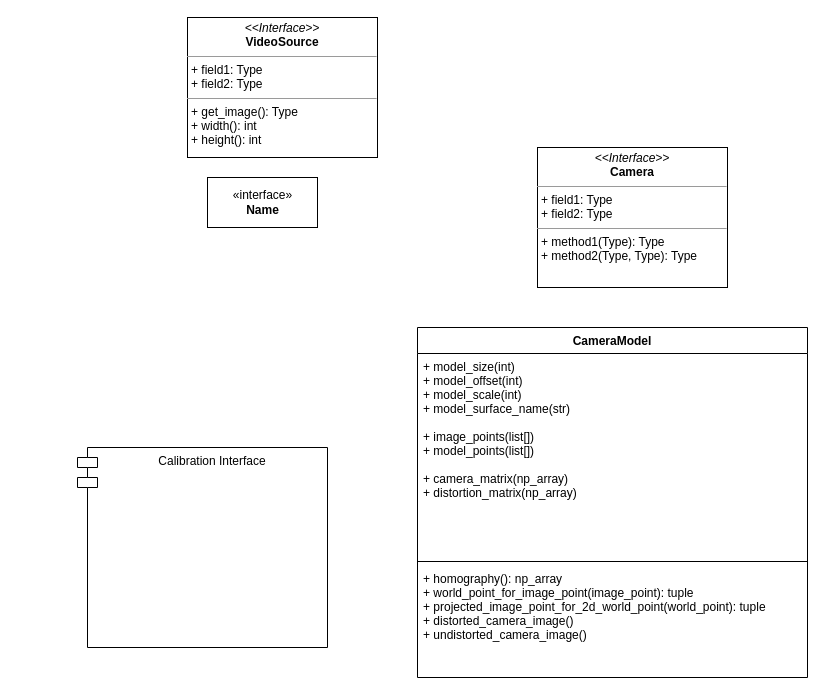
The draw.io diagram CameraKit.drawio in ausport/vk-camerakit, before the edit. Source tidied: cells renumbered, new cells numbered last; positions are measured from the earlier drawing's top-left corner, leaving out a move shared by most shapes. Both pictures are drawn from the tidied source at 100%, with x=0, y=0 at pixel (77, 17).
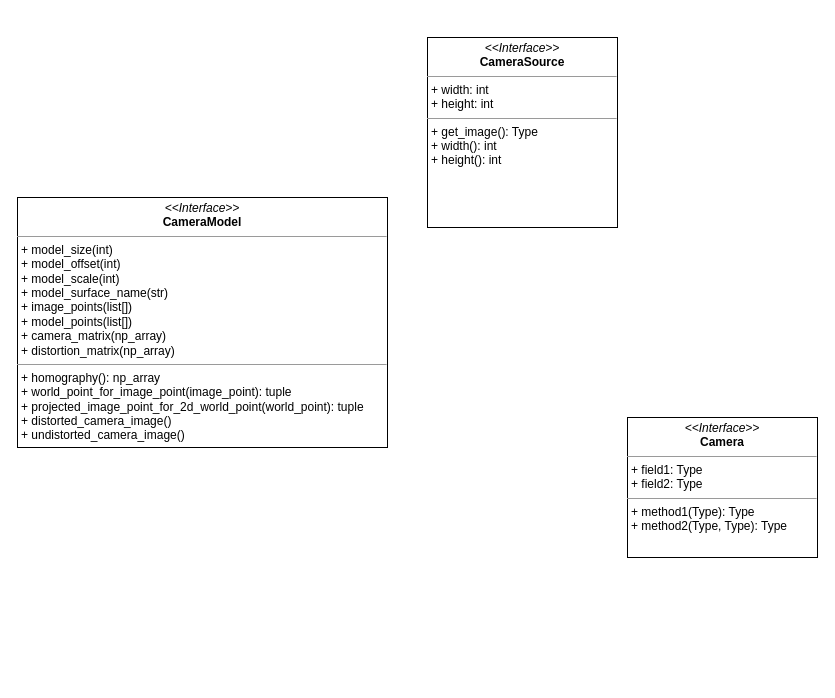
The same diagram, later.

Change to the diagram source:
```diff
@@
 <mxGraphModel>
   <root>
     <mxCell id="0" />
     <mxCell id="1" parent="0" />
-    <mxCell id="2" value="CameraModel" style="swimlane;fontStyle=1;align=center;verticalAlign=top;horizontal=1;startSize=26;" parent="1" vertex="1">
-      <mxGeometry x="340" y="310" width="390" height="350" as="geometry" />
-    </mxCell>
-    <mxCell id="3" value="+ model_size(int)&#10;+ model_offset(int)&#10;+ model_scale(int)&#10;+ model_surface_name(str)&#10;&#10;+ image_points(list[])&#10;+ model_points(list[])    &#10;&#10;+ camera_matrix(np_array)&#10;+ distortion_matrix(np_array)" style="text;strokeColor=none;fillColor=none;align=left;verticalAlign=top;spacingLeft=4;spacingRight=4;overflow=hidden;" parent="2" vertex="1">
-      <mxGeometry y="26" width="390" height="204" as="geometry" />
-    </mxCell>
-    <mxCell id="4" style="line;strokeWidth=1;fillColor=none;align=left;verticalAlign=middle;spacingTop=-1;spacingLeft=3;spacingRight=3;labelPosition=right;" parent="2" vertex="1">
-      <mxGeometry y="230" width="390" height="8" as="geometry" />
-    </mxCell>
-    <mxCell id="5" value="+ homography(): np_array&#10;+ world_point_for_image_point(image_point): tuple&#10;+ projected_image_point_for_2d_world_point(world_point): tuple&#10;+ distorted_camera_image()&#10;+ undistorted_camera_image()" style="text;strokeColor=none;fillColor=none;align=left;verticalAlign=top;spacingLeft=4;spacingRight=4;overflow=hidden;" parent="2" vertex="1">
-      <mxGeometry y="238" width="390" height="112" as="geometry" />
-    </mxCell>
-    <mxCell id="6" value="&amp;laquo;interface&amp;raquo;&lt;br&gt;&lt;b&gt;Name&lt;/b&gt;" style="html=1;" parent="1" vertex="1">
-      <mxGeometry x="130" y="160" width="110" height="50" as="geometry" />
-    </mxCell>
-    <mxCell id="7" value="Calibration Interface&#10;" style="shape=module;align=left;spacingLeft=20;align=center;verticalAlign=top;" parent="1" vertex="1">
-      <mxGeometry y="430" width="250" height="200" as="geometry" />
-    </mxCell>
-    <mxCell id="8" value="&lt;p style=&quot;margin: 0px ; margin-top: 4px ; text-align: center&quot;&gt;&lt;i&gt;&amp;lt;&amp;lt;Interface&amp;gt;&amp;gt;&lt;/i&gt;&lt;br&gt;&lt;b&gt;Camera&lt;/b&gt;&lt;/p&gt;&lt;hr size=&quot;1&quot;&gt;&lt;p style=&quot;margin: 0px ; margin-left: 4px&quot;&gt;+ field1: Type&lt;br&gt;+ field2: Type&lt;/p&gt;&lt;hr size=&quot;1&quot;&gt;&lt;p style=&quot;margin: 0px ; margin-left: 4px&quot;&gt;+ method1(Type): Type&lt;br&gt;+ method2(Type, Type): Type&lt;/p&gt;" style="verticalAlign=top;align=left;overflow=fill;fontSize=12;fontFamily=Helvetica;html=1;" parent="1" vertex="1">
-      <mxGeometry x="460" y="130" width="190" height="140" as="geometry" />
+    <mxCell id="8" value="&lt;p style=&quot;margin: 0px ; margin-top: 4px ; text-align: center&quot;&gt;&lt;i&gt;&amp;lt;&amp;lt;Interface&amp;gt;&amp;gt;&lt;/i&gt;&lt;br&gt;&lt;b&gt;CameraModel&lt;/b&gt;&lt;/p&gt;&lt;hr size=&quot;1&quot;&gt;&lt;p style=&quot;margin: 0px ; margin-left: 4px&quot;&gt;+&amp;nbsp;model_size(int)&lt;br style=&quot;padding: 0px ; margin: 0px&quot;&gt;+&amp;nbsp;model_offset(int)&lt;br style=&quot;padding: 0px ; margin: 0px&quot;&gt;+&amp;nbsp;model_scale(int)&lt;br style=&quot;padding: 0px ; margin: 0px&quot;&gt;+&amp;nbsp;model_surface_name(str)&lt;br style=&quot;padding: 0px ; margin: 0px&quot;&gt;+ image_points(list[])&lt;br style=&quot;padding: 0px ; margin: 0px&quot;&gt;+ model_points(list[])&amp;nbsp;&amp;nbsp;&amp;nbsp;&amp;nbsp;&lt;br style=&quot;padding: 0px ; margin: 0px&quot;&gt;+&amp;nbsp;camera_matrix(np_array)&lt;br style=&quot;padding: 0px ; margin: 0px&quot;&gt;+&amp;nbsp;distortion_matrix(np_array)&lt;br&gt;&lt;/p&gt;&lt;hr size=&quot;1&quot;&gt;&lt;p style=&quot;margin: 0px ; margin-left: 4px&quot;&gt;+ homography():&amp;nbsp;np_array&lt;br style=&quot;padding: 0px ; margin: 0px&quot;&gt;+&amp;nbsp;world_point_for_image_point(image_point): tuple&lt;br style=&quot;padding: 0px ; margin: 0px&quot;&gt;+ projected_image_point_for_2d_world_point(world_point): tuple&lt;br style=&quot;padding: 0px ; margin: 0px&quot;&gt;+&amp;nbsp;distorted_camera_image()&lt;br style=&quot;padding: 0px ; margin: 0px&quot;&gt;+ undistorted_camera_image()&lt;br&gt;&lt;/p&gt;" style="verticalAlign=top;align=left;overflow=fill;fontSize=12;fontFamily=Helvetica;html=1;" parent="1" vertex="1">
+      <mxGeometry x="-60" y="180" width="370" height="250" as="geometry" />
     </mxCell>
-    <mxCell id="9" value="&lt;p style=&quot;margin: 0px ; margin-top: 4px ; text-align: center&quot;&gt;&lt;i&gt;&amp;lt;&amp;lt;Interface&amp;gt;&amp;gt;&lt;/i&gt;&lt;br&gt;&lt;b&gt;VideoSource&lt;/b&gt;&lt;/p&gt;&lt;hr size=&quot;1&quot;&gt;&lt;p style=&quot;margin: 0px ; margin-left: 4px&quot;&gt;+ field1: Type&lt;br&gt;+ field2: Type&lt;/p&gt;&lt;hr size=&quot;1&quot;&gt;&lt;p style=&quot;margin: 0px ; margin-left: 4px&quot;&gt;+ get_image(): Type&lt;br&gt;+ width(): int&lt;/p&gt;&lt;p style=&quot;margin: 0px ; margin-left: 4px&quot;&gt;+ height(): int&lt;span style=&quot;white-space: pre&quot;&gt; &lt;span style=&quot;white-space: pre&quot;&gt; &lt;/span&gt;&lt;/span&gt;&lt;br&gt;&lt;/p&gt;" style="verticalAlign=top;align=left;overflow=fill;fontSize=12;fontFamily=Helvetica;html=1;" parent="1" vertex="1">
-      <mxGeometry x="110" width="190" height="140" as="geometry" />
+    <mxCell id="9" value="&lt;p style=&quot;margin: 0px ; margin-top: 4px ; text-align: center&quot;&gt;&lt;i&gt;&amp;lt;&amp;lt;Interface&amp;gt;&amp;gt;&lt;/i&gt;&lt;br&gt;&lt;b&gt;CameraSource&lt;/b&gt;&lt;/p&gt;&lt;hr size=&quot;1&quot;&gt;&lt;p style=&quot;margin: 0px ; margin-left: 4px&quot;&gt;+ width: int&lt;br&gt;+ height: int&lt;/p&gt;&lt;hr size=&quot;1&quot;&gt;&lt;p style=&quot;margin: 0px ; margin-left: 4px&quot;&gt;+ get_image(): Type&lt;br&gt;+ width(): int&lt;/p&gt;&lt;p style=&quot;margin: 0px ; margin-left: 4px&quot;&gt;+ height(): int&lt;span style=&quot;white-space: pre&quot;&gt; &lt;span style=&quot;white-space: pre&quot;&gt; &lt;/span&gt;&lt;/span&gt;&lt;br&gt;&lt;/p&gt;" style="verticalAlign=top;align=left;overflow=fill;fontSize=12;fontFamily=Helvetica;html=1;" parent="1" vertex="1">
+      <mxGeometry x="350" y="20" width="190" height="190" as="geometry" />
     </mxCell>
+    <mxCell id="10" value="&lt;p style=&quot;margin: 0px ; margin-top: 4px ; text-align: center&quot;&gt;&lt;i&gt;&amp;lt;&amp;lt;Interface&amp;gt;&amp;gt;&lt;/i&gt;&lt;br&gt;&lt;b&gt;Camera&lt;/b&gt;&lt;/p&gt;&lt;hr size=&quot;1&quot;&gt;&lt;p style=&quot;margin: 0px ; margin-left: 4px&quot;&gt;+ field1: Type&lt;br&gt;+ field2: Type&lt;/p&gt;&lt;hr size=&quot;1&quot;&gt;&lt;p style=&quot;margin: 0px ; margin-left: 4px&quot;&gt;+ method1(Type): Type&lt;br&gt;+ method2(Type, Type): Type&lt;/p&gt;" style="verticalAlign=top;align=left;overflow=fill;fontSize=12;fontFamily=Helvetica;html=1;" parent="1" vertex="1">
+      <mxGeometry x="550" y="400" width="190" height="140" as="geometry" />
+    </mxCell>
   </root>
 </mxGraphModel>
```
